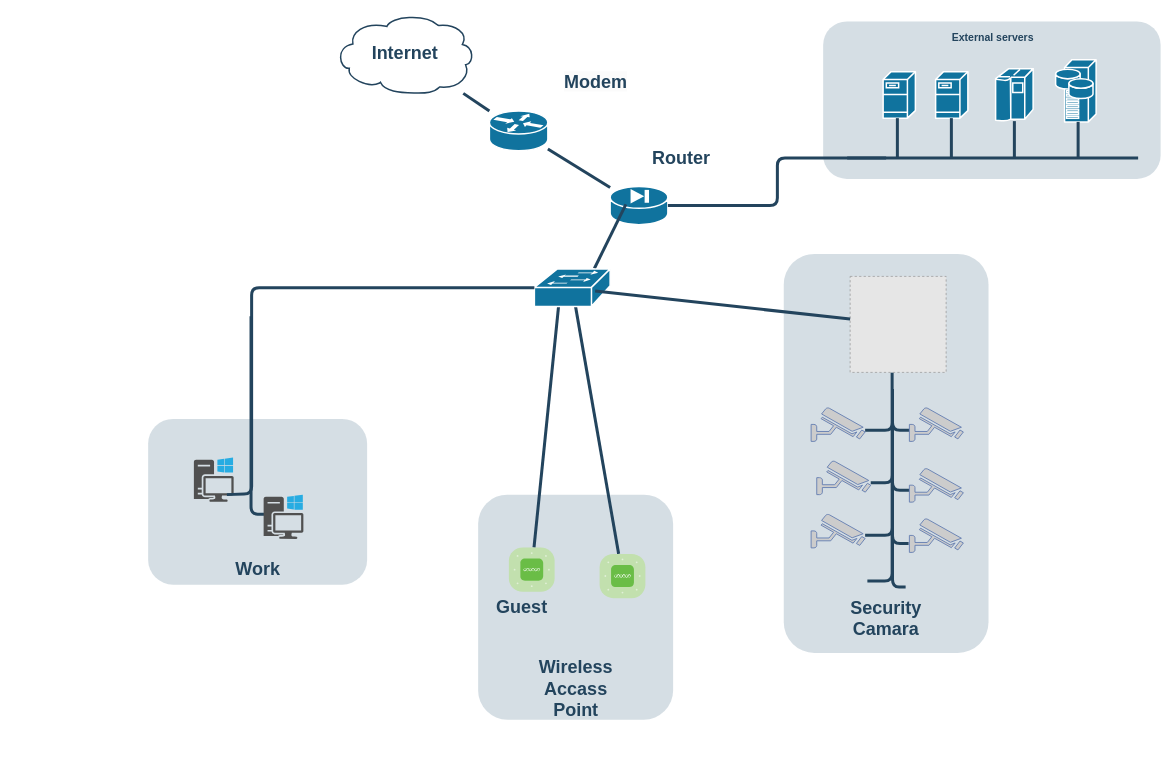
0002itz/pruevas-registro-de-seguridad keeps this draw.io diagram as Diaagrama_SDM.drawio. Above is the earlier version. Source tidied: cells renumbered, new cells numbered last; positions are measured from the earlier drawing's top-left corner, leaving out a move shared by most shapes. Both pictures are drawn from the tidied source at 75%, with x=0, y=0 at pixel (148, 14). Pictures stored in the file or linked from it are replaced by grey dashed boxes.
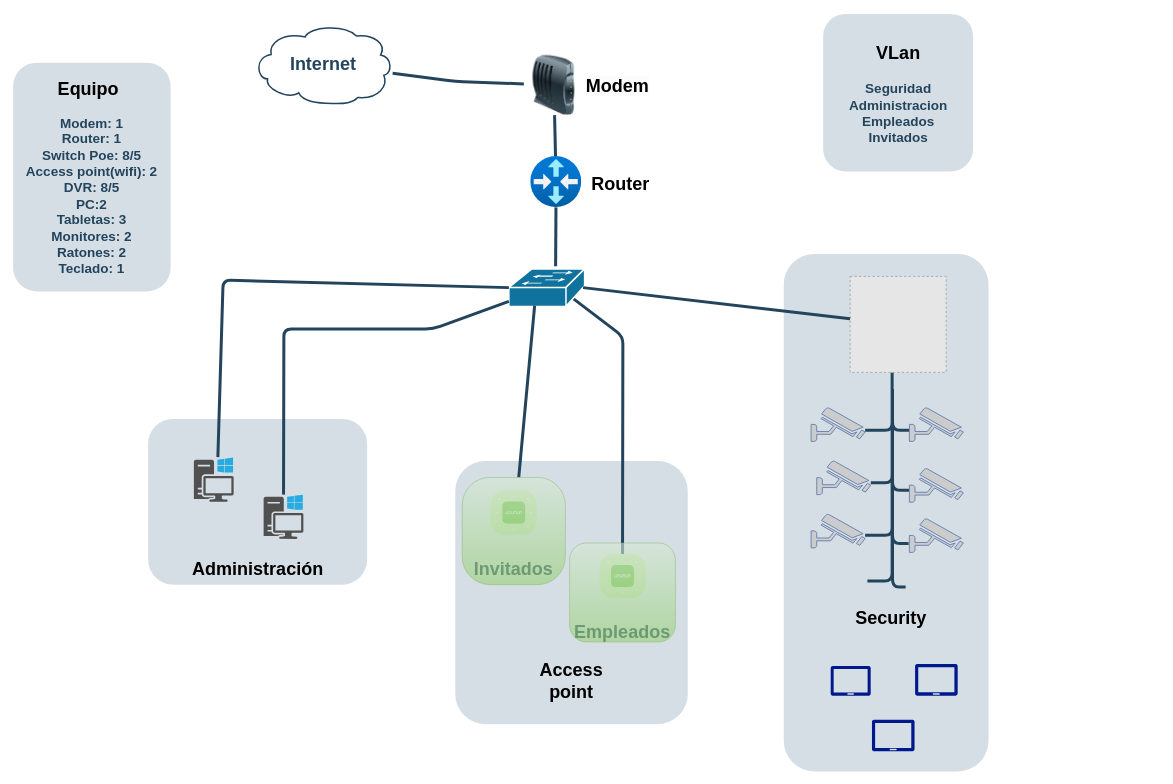
The same diagram, later.

The change refers to these unchanged cells:
```xml
<mxCell id="39" style="verticalLabelPosition=bottom;sketch=0;html=1;fillColor=#6ABD46;strokeColor=#ffffff;verticalAlign=top;align=center;points=[[0.085,0.085,0],[0.915,0.085,0],[0.915,0.915,0],[0.085,0.915,0],[0.25,0,0],[0.5,0,0],[0.75,0,0],[1,0.25,0],[1,0.5,0],[1,0.75,0],[0.75,1,0],[0.5,1,0],[0.25,1,0],[0,0.75,0],[0,0.5,0],[0,0.25,0]];shape=mxgraph.cisco_safe.compositeIcon;bgIcon=mxgraph.cisco_safe.architecture.generic_appliance;resIcon=mxgraph.cisco_safe.architecture.wireless_access_point;" parent="1" vertex="1">
  <mxGeometry x="602" y="720" width="61" height="59" as="geometry" />
</mxCell>
<mxCell id="51" style="sketch=0;shadow=0;dashed=0;html=1;strokeColor=none;fillColor=#505050;labelPosition=center;verticalLabelPosition=bottom;verticalAlign=top;outlineConnect=0;align=center;shape=mxgraph.office.devices.workstation_pc;" parent="1" vertex="1">
  <mxGeometry x="154" y="641" width="53" height="59" as="geometry" />
</mxCell>
<mxCell id="52" style="fillColor=#E6E6E6;strokeColor=#999999;dashed=1;html=1;verticalAlign=top;verticalLabelPosition=bottom;labelBackgroundColor=#ffffff;" parent="1" vertex="1">
  <mxGeometry x="936" y="350" width="128" height="128" as="geometry" />
</mxCell>
```

Diff of the diagram source:
```diff
@@
     <mxCell id="2" style="rounded=1;whiteSpace=wrap;html=1;strokeColor=none;fillColor=#BAC8D3;fontSize=24;fontColor=#23445D;align=center;opacity=60;" parent="1" vertex="1">
-      <mxGeometry x="847.5" y="320" width="273" height="532" as="geometry" />
+      <mxGeometry x="847.5" y="320" width="273" height="690" as="geometry" />
     </mxCell>
-    <mxCell id="3" style="rounded=1;whiteSpace=wrap;html=1;strokeColor=none;fillColor=#BAC8D3;fontSize=24;fontColor=#23445D;align=center;opacity=60;" parent="1" vertex="1">
-      <mxGeometry x="440" y="641" width="260" height="300" as="geometry" />
+    <mxCell id="3" style="rounded=1;whiteSpace=wrap;html=1;strokeColor=none;fillColor=#BAC8D3;fontSize=24;fontColor=#23445D;align=center;opacity=60;arcSize=13;" parent="1" vertex="1">
+      <mxGeometry x="409.5" y="596" width="310" height="351" as="geometry" />
     </mxCell>
@@
     <mxCell id="5" style="rounded=1;whiteSpace=wrap;html=1;strokeColor=none;fillColor=#BAC8D3;fontSize=24;fontColor=#23445D;align=center;opacity=60;" parent="1" vertex="1">
-      <mxGeometry x="900" y="10" width="450" height="210" as="geometry" />
+      <mxGeometry x="900" width="200" height="210" as="geometry" />
     </mxCell>
-    <mxCell id="6" style="shape=mxgraph.cisco.servers.fileserver;html=1;dashed=0;fillColor=#10739E;strokeColor=#ffffff;strokeWidth=2;verticalLabelPosition=bottom;verticalAlign=top;fontFamily=Helvetica;fontSize=36;fontColor=#FFB366;" parent="1" vertex="1">
-      <mxGeometry x="980" y="77" width="43" height="62" as="geometry" />
-    </mxCell>
-    <mxCell id="7" style="shape=mxgraph.cisco.servers.fileserver;html=1;dashed=0;fillColor=#10739E;strokeColor=#ffffff;strokeWidth=2;verticalLabelPosition=bottom;verticalAlign=top;fontFamily=Helvetica;fontSize=36;fontColor=#FFB366;" parent="1" vertex="1">
-      <mxGeometry x="1050" y="77" width="43" height="62" as="geometry" />
-    </mxCell>
-    <mxCell id="8" style="shape=mxgraph.cisco.computers_and_peripherals.ibm_mainframe;html=1;dashed=0;fillColor=#10739E;strokeColor=#ffffff;strokeWidth=2;verticalLabelPosition=bottom;verticalAlign=top;fontFamily=Helvetica;fontSize=36;fontColor=#FFB366;" parent="1" vertex="1">
-      <mxGeometry x="1130" y="73" width="50" height="70" as="geometry" />
-    </mxCell>
-    <mxCell id="9" style="shape=mxgraph.cisco.servers.storage_server;html=1;dashed=0;fillColor=#10739E;strokeColor=#ffffff;strokeWidth=2;verticalLabelPosition=bottom;verticalAlign=top;fontFamily=Helvetica;fontSize=36;fontColor=#FFB366;" parent="1" vertex="1">
-      <mxGeometry x="1210" y="61" width="54" height="83" as="geometry" />
-    </mxCell>
-    <mxCell id="10" style="shape=mxgraph.cisco.security.pix_firewall;html=1;dashed=0;fillColor=#10739E;strokeColor=#ffffff;strokeWidth=2;verticalLabelPosition=bottom;verticalAlign=top;fontFamily=Helvetica;fontSize=36;fontColor=#FFB366;" parent="1" vertex="1">
-      <mxGeometry x="616" y="230" width="77" height="51" as="geometry" />
-    </mxCell>
     <mxCell id="11" value="Internet" style="shape=mxgraph.cisco.storage.cloud;html=1;dashed=0;strokeColor=#23445D;fillColor=#ffffff;strokeWidth=2;fontFamily=Helvetica;fontSize=24;fontColor=#23445D;align=center;fontStyle=1;" parent="1" vertex="1">
-      <mxGeometry x="249" width="186" height="106" as="geometry" />
+      <mxGeometry x="140" y="14" width="186" height="106" as="geometry" />
     </mxCell>
-    <mxCell id="12" style="shape=mxgraph.cisco.routers.router;html=1;dashed=0;fillColor=#10739E;strokeColor=#ffffff;strokeWidth=2;verticalLabelPosition=bottom;verticalAlign=top;fontFamily=Helvetica;fontSize=36;fontColor=#FFB366;" parent="1" vertex="1">
-      <mxGeometry x="455" y="129.5" width="78" height="53" as="geometry" />
-    </mxCell>
-    <mxCell id="13" style="line;html=1;strokeColor=#23445D;" parent="1" vertex="1">
-      <mxGeometry x="932" y="187" width="388" height="10" as="geometry" />
-    </mxCell>
-    <mxCell id="14" style="edgeStyle=elbowEdgeStyle;elbow=horizontal;endArrow=none;html=1;strokeColor=#23445D;endFill=0;strokeWidth=4;rounded=1;" parent="1" edge="1" source="6">
-      <mxGeometry relative="1" as="geometry">
-        <mxPoint x="999.3" y="192.1" as="targetPoint" />
-      </mxGeometry>
-    </mxCell>
-    <mxCell id="15" style="edgeStyle=elbowEdgeStyle;elbow=horizontal;endArrow=none;html=1;strokeColor=#23445D;endFill=0;strokeWidth=4;rounded=1;" parent="1" edge="1" source="7">
-      <mxGeometry relative="1" as="geometry">
-        <mxPoint x="1071.3" y="192.1" as="targetPoint" />
-      </mxGeometry>
-    </mxCell>
-    <mxCell id="16" style="edgeStyle=elbowEdgeStyle;elbow=horizontal;endArrow=none;html=1;strokeColor=#23445D;endFill=0;strokeWidth=4;rounded=1;" parent="1" edge="1" source="8">
-      <mxGeometry relative="1" as="geometry">
-        <mxPoint x="1155.3" y="192.1" as="targetPoint" />
-      </mxGeometry>
-    </mxCell>
-    <mxCell id="17" style="edgeStyle=elbowEdgeStyle;elbow=horizontal;endArrow=none;html=1;strokeColor=#23445D;endFill=0;strokeWidth=4;rounded=1;" parent="1" edge="1" source="9">
-      <mxGeometry relative="1" as="geometry">
-        <mxPoint x="1240.3" y="192.1" as="targetPoint" />
-      </mxGeometry>
-    </mxCell>
-    <mxCell id="18" style="edgeStyle=elbowEdgeStyle;elbow=horizontal;endArrow=none;html=1;strokeColor=#23445D;endFill=0;strokeWidth=4;rounded=1;" parent="1" edge="1" target="10">
-      <mxGeometry relative="1" as="geometry">
-        <mxPoint x="984" y="192" as="sourcePoint" />
-      </mxGeometry>
-    </mxCell>
-    <mxCell id="19" style="elbow=horizontal;endArrow=none;html=1;strokeColor=#23445D;endFill=0;strokeWidth=4;rounded=1;" parent="1" edge="1" source="10" target="12">
+    <mxCell id="19" style="elbow=horizontal;endArrow=none;html=1;strokeColor=#23445D;endFill=0;strokeWidth=4;rounded=1;" parent="1" edge="1" source="56" target="55">
       <mxGeometry relative="1" as="geometry" />
     </mxCell>
-    <mxCell id="20" style="rounded=1;html=1;strokeColor=#23445D;endArrow=none;endFill=0;strokeWidth=4;" parent="1" edge="1" source="41" target="39">
-      <mxGeometry relative="1" as="geometry" />
+    <mxCell id="20" style="rounded=1;html=1;strokeColor=#23445D;endArrow=none;endFill=0;strokeWidth=4;exitX=0.789;exitY=0.7;exitDx=0;exitDy=0;exitPerimeter=0;" parent="1" edge="1" source="41" target="39">
+      <mxGeometry relative="1" as="geometry">
+        <Array as="points">
+          <mxPoint x="633" y="430" />
+        </Array>
+      </mxGeometry>
     </mxCell>
-    <mxCell id="21" style="rounded=1;html=1;strokeColor=#23445D;endArrow=none;endFill=0;strokeWidth=4;exitX=0.352;exitY=0.35;exitDx=0;exitDy=0;exitPerimeter=0;" parent="1" edge="1" source="41" target="38">
-      <mxGeometry relative="1" as="geometry" />
-    </mxCell>
@@
-    <mxCell id="28" value="&lt;font color=&quot;#23445d&quot;&gt;External servers&lt;/font&gt;" style="rounded=1;whiteSpace=wrap;html=1;strokeColor=none;fillColor=none;fontSize=14;fontColor=#742B21;align=center;fontStyle=1;" parent="1" vertex="1">
-      <mxGeometry x="1055" y="22" width="143" height="19" as="geometry" />
+    <mxCell id="28" value="&lt;font style=&quot;font-size: 18px;&quot; color=&quot;#23445d&quot;&gt;Seguridad&lt;br&gt;Administracion&lt;br&gt;Empleados&lt;br&gt;Invitados&lt;br&gt;&lt;/font&gt;" style="rounded=1;whiteSpace=wrap;html=1;strokeColor=none;fillColor=none;fontSize=14;fontColor=#742B21;align=center;fontStyle=1;strokeWidth=14;" parent="1" vertex="1">
+      <mxGeometry x="952.5" y="110" width="95" height="45" as="geometry" />
     </mxCell>
-    <mxCell id="29" value="Security Camara" style="rounded=1;whiteSpace=wrap;html=1;strokeColor=none;fillColor=none;fontSize=24;fontColor=#23445D;align=center;fontStyle=1;" parent="1" vertex="1">
-      <mxGeometry x="936" y="796" width="96" height="19" as="geometry" />
+    <mxCell id="29" value="&lt;font color=&quot;#000000&quot;&gt;Security&amp;nbsp;&lt;/font&gt;" style="rounded=1;whiteSpace=wrap;html=1;strokeColor=none;fillColor=none;fontSize=24;fontColor=#23445D;align=center;fontStyle=1;" parent="1" vertex="1">
+      <mxGeometry x="945.5" y="796" width="96" height="19" as="geometry" />
     </mxCell>
-    <mxCell id="30" value="&lt;font style=&quot;font-size: 24px;&quot; color=&quot;#23445d&quot;&gt;Wireless Accass Point&lt;/font&gt;" style="rounded=1;whiteSpace=wrap;html=1;strokeColor=none;fillColor=none;fontSize=14;fontColor=#742B21;align=center;fontStyle=1;" parent="1" vertex="1">
-      <mxGeometry x="515.5" y="890" width="109" height="19" as="geometry" />
+    <mxCell id="30" value="&lt;font style=&quot;font-size: 24px;&quot; color=&quot;#000000&quot;&gt;Access point&lt;/font&gt;" style="rounded=1;whiteSpace=wrap;html=1;strokeColor=none;fillColor=none;fontSize=14;fontColor=#742B21;align=center;fontStyle=1;" parent="1" vertex="1">
+      <mxGeometry x="510" y="879.7" width="109" height="19" as="geometry" />
     </mxCell>
-    <mxCell id="31" value="Work" style="rounded=1;whiteSpace=wrap;html=1;strokeColor=none;fillColor=none;fontSize=24;fontColor=#23445D;align=center;fontStyle=1;" parent="1" vertex="1">
+    <mxCell id="31" value="&lt;font color=&quot;#000000&quot;&gt;Administración&lt;/font&gt;" style="rounded=1;whiteSpace=wrap;html=1;strokeColor=none;fillColor=none;fontSize=24;fontColor=#23445D;align=center;fontStyle=1;" parent="1" vertex="1">
       <mxGeometry x="99.5" y="721.5" width="93" height="39" as="geometry" />
     </mxCell>
@@
-    <mxCell id="35" style="elbow=horizontal;endArrow=none;html=1;strokeColor=#23445D;endFill=0;strokeWidth=4;rounded=1;" parent="1" edge="1" source="12" target="11">
-      <mxGeometry relative="1" as="geometry" />
+    <mxCell id="35" style="elbow=horizontal;endArrow=none;html=1;strokeColor=#23445D;endFill=0;strokeWidth=4;rounded=1;" parent="1" edge="1" source="55" target="11">
+      <mxGeometry relative="1" as="geometry">
+        <Array as="points">
+          <mxPoint x="410" y="90" />
+        </Array>
+      </mxGeometry>
     </mxCell>
-    <mxCell id="36" value="Router" style="rounded=1;whiteSpace=wrap;html=1;strokeColor=none;fillColor=none;fontSize=24;fontColor=#23445D;align=center;fontStyle=1;" parent="1" vertex="1">
-      <mxGeometry x="663" y="182.5" width="96" height="19" as="geometry" />
+    <mxCell id="36" value="&lt;font color=&quot;#000000&quot;&gt;Router&lt;/font&gt;" style="rounded=1;whiteSpace=wrap;html=1;strokeColor=none;fillColor=none;fontSize=24;fontColor=#23445D;align=center;fontStyle=1;" parent="1" vertex="1">
+      <mxGeometry x="582" y="217" width="96" height="19" as="geometry" />
     </mxCell>
-    <mxCell id="37" value="&lt;span style=&quot;color: rgb(35, 68, 93); font-family: Helvetica; font-size: 24px; font-style: normal; font-variant-ligatures: normal; font-variant-caps: normal; font-weight: 700; letter-spacing: normal; orphans: 2; text-align: center; text-indent: 0px; text-transform: none; widows: 2; word-spacing: 0px; -webkit-text-stroke-width: 0px; background-color: rgb(251, 251, 251); text-decoration-thickness: initial; text-decoration-style: initial; text-decoration-color: initial; float: none; display: inline !important;&quot;&gt;Modem&lt;/span&gt;" style="text;whiteSpace=wrap;html=1;" parent="1" vertex="1">
-      <mxGeometry x="553" y="70" width="110" height="50" as="geometry" />
+    <mxCell id="37" value="&lt;span style=&quot;font-family: Helvetica; font-size: 24px; font-style: normal; font-variant-ligatures: normal; font-variant-caps: normal; font-weight: 700; letter-spacing: normal; orphans: 2; text-align: center; text-indent: 0px; text-transform: none; widows: 2; word-spacing: 0px; -webkit-text-stroke-width: 0px; background-color: rgb(251, 251, 251); text-decoration-thickness: initial; text-decoration-style: initial; text-decoration-color: initial; float: none; display: inline !important;&quot;&gt;Modem&lt;/span&gt;" style="text;whiteSpace=wrap;html=1;" parent="1" vertex="1">
+      <mxGeometry x="582" y="75.5" width="110" height="50" as="geometry" />
     </mxCell>
     <mxCell id="38" style="verticalLabelPosition=bottom;sketch=0;html=1;fillColor=#6ABD46;strokeColor=#ffffff;verticalAlign=top;align=center;points=[[0.085,0.085,0],[0.915,0.085,0],[0.915,0.915,0],[0.085,0.915,0],[0.25,0,0],[0.5,0,0],[0.75,0,0],[1,0.25,0],[1,0.5,0],[1,0.75,0],[0.75,1,0],[0.5,1,0],[0.25,1,0],[0,0.75,0],[0,0.5,0],[0,0.25,0]];shape=mxgraph.cisco_safe.compositeIcon;bgIcon=mxgraph.cisco_safe.architecture.generic_appliance;resIcon=mxgraph.cisco_safe.architecture.wireless_access_point;" parent="1" vertex="1">
-      <mxGeometry x="481" y="711.5" width="61" height="59" as="geometry" />
+      <mxGeometry x="457" y="635.5" width="61" height="59" as="geometry" />
     </mxCell>
@@
-    <mxCell id="40" style="elbow=horizontal;endArrow=none;html=1;strokeColor=#23445D;endFill=0;strokeWidth=4;rounded=1;entryX=0.792;entryY=-0.01;entryDx=0;entryDy=0;entryPerimeter=0;exitX=0.273;exitY=0.471;exitDx=0;exitDy=0;exitPerimeter=0;" parent="1" edge="1" source="10" target="41">
+    <mxCell id="40" style="elbow=horizontal;endArrow=none;html=1;strokeColor=#23445D;endFill=0;strokeWidth=4;rounded=1;entryX=0.617;entryY=-0.073;entryDx=0;entryDy=0;entryPerimeter=0;" parent="1" edge="1" source="56" target="41">
       <mxGeometry relative="1" as="geometry" />
     </mxCell>
     <mxCell id="41" style="shape=mxgraph.cisco.switches.workgroup_switch;html=1;dashed=0;fillColor=#10739E;strokeColor=#ffffff;strokeWidth=2;verticalLabelPosition=bottom;verticalAlign=top;fontFamily=Helvetica;fontSize=36;fontColor=#FFB366;" parent="1" vertex="1">
-      <mxGeometry x="515" y="340" width="101" height="50" as="geometry" />
+      <mxGeometry x="481" y="340" width="101" height="50" as="geometry" />
     </mxCell>
@@
-    <mxCell id="49" style="edgeStyle=orthogonalEdgeStyle;rounded=1;html=1;endArrow=none;endFill=0;strokeColor=#23445D;strokeWidth=4;fontSize=14;fontColor=#990000;" parent="1" edge="1" source="41">
-      <mxGeometry relative="1" as="geometry">
-        <mxPoint x="105" y="641" as="targetPoint" />
-        <Array as="points">
-          <mxPoint x="138" y="365" />
-          <mxPoint x="138" y="640" />
-        </Array>
-      </mxGeometry>
-    </mxCell>
-    <mxCell id="50" style="edgeStyle=orthogonalEdgeStyle;rounded=1;html=1;endArrow=none;endFill=0;strokeColor=#23445D;strokeWidth=4;fontSize=14;fontColor=#990000;" parent="1" edge="1">
-      <mxGeometry relative="1" as="geometry">
-        <mxPoint x="137.2" y="403" as="sourcePoint" />
-        <mxPoint x="154.8" y="667" as="targetPoint" />
-        <Array as="points">
-          <mxPoint x="136.8" y="667" />
-        </Array>
-      </mxGeometry>
-    </mxCell>
@@
-    <mxCell id="53" style="rounded=1;html=1;strokeColor=#23445D;endArrow=none;endFill=0;strokeWidth=4;exitX=0.802;exitY=0.59;exitDx=0;exitDy=0;exitPerimeter=0;" parent="1" edge="1" source="41" target="52">
+    <mxCell id="53" style="rounded=1;html=1;strokeColor=#23445D;endArrow=none;endFill=0;strokeWidth=4;exitX=0.98;exitY=0.5;exitDx=0;exitDy=0;exitPerimeter=0;" parent="1" edge="1" source="41" target="52">
       <mxGeometry relative="1" as="geometry" />
     </mxCell>
-    <mxCell id="54" value="&lt;font style=&quot;font-size: 24px;&quot; color=&quot;#23445d&quot;&gt;Guest&lt;/font&gt;" style="rounded=1;whiteSpace=wrap;html=1;strokeColor=none;fillColor=none;fontSize=14;fontColor=#742B21;align=center;fontStyle=1;" parent="1" vertex="1">
-      <mxGeometry x="444" y="781.5" width="109" height="19" as="geometry" />
+    <mxCell id="54" value="&lt;span style=&quot;font-size: 24px;&quot;&gt;&lt;font color=&quot;#23445d&quot;&gt;Invitados&lt;/font&gt;&lt;/span&gt;" style="rounded=1;whiteSpace=wrap;html=1;strokeColor=none;fillColor=none;fontSize=14;fontColor=#742B21;align=center;fontStyle=1;" parent="1" vertex="1">
+      <mxGeometry x="433" y="731.5" width="109" height="19" as="geometry" />
     </mxCell>
+    <mxCell id="55" style="image;html=1;image=img/lib/clip_art/networking/Modem_128x128.png;" parent="1" vertex="1">
+      <mxGeometry x="501" y="55" width="80" height="80" as="geometry" />
+    </mxCell>
+    <mxCell id="56" style="image;html=1;points=[];align=center;fontSize=12;image=img/lib/azure2/networking/Virtual_Router.svg;" parent="1" vertex="1">
+      <mxGeometry x="510" y="190" width="68" height="68" as="geometry" />
+    </mxCell>
+    <mxCell id="57" value="&lt;span style=&quot;font-size: 24px;&quot;&gt;&lt;font color=&quot;#23445d&quot;&gt;Empleados&lt;/font&gt;&lt;br&gt;&lt;/span&gt;" style="rounded=1;whiteSpace=wrap;html=1;strokeColor=none;fillColor=none;fontSize=14;fontColor=#742B21;align=center;fontStyle=1;" parent="1" vertex="1">
+      <mxGeometry x="578" y="815" width="109" height="19" as="geometry" />
+    </mxCell>
+    <mxCell id="58" value="&lt;span style=&quot;font-size: 24px;&quot;&gt;&lt;font color=&quot;#000000&quot;&gt;VLan&lt;/font&gt;&lt;/span&gt;" style="rounded=1;whiteSpace=wrap;html=1;strokeColor=none;fillColor=none;fontSize=14;fontColor=#742B21;align=center;fontStyle=1;" parent="1" vertex="1">
+      <mxGeometry x="945.5" y="43.5" width="109" height="19" as="geometry" />
+    </mxCell>
+    <mxCell id="59" style="rounded=1;whiteSpace=wrap;html=1;strokeColor=none;fillColor=#BAC8D3;fontSize=24;fontColor=#23445D;align=center;opacity=60;" parent="1" vertex="1">
+      <mxGeometry x="-180" y="65" width="210" height="305" as="geometry" />
+    </mxCell>
+    <mxCell id="60" value="&lt;font color=&quot;#000000&quot;&gt;Equipo&lt;/font&gt;" style="rounded=1;whiteSpace=wrap;html=1;strokeColor=none;fillColor=none;fontSize=24;fontColor=#23445D;align=center;fontStyle=1;" parent="1" vertex="1">
+      <mxGeometry x="-126.5" y="81" width="93" height="39" as="geometry" />
+    </mxCell>
+    <mxCell id="61" style="sketch=0;shadow=0;dashed=0;html=1;strokeColor=none;labelPosition=center;verticalLabelPosition=bottom;verticalAlign=top;align=center;fillColor=#00188D;shape=mxgraph.azure.tablet;" parent="1" vertex="1">
+      <mxGeometry x="1022.5" y="866.8" width="57" height="42.2" as="geometry" />
+    </mxCell>
+    <mxCell id="62" style="sketch=0;shadow=0;dashed=0;html=1;strokeColor=none;labelPosition=center;verticalLabelPosition=bottom;verticalAlign=top;align=center;fillColor=#00188D;shape=mxgraph.azure.tablet;" parent="1" vertex="1">
+      <mxGeometry x="910" y="869.4" width="53.5" height="39.6" as="geometry" />
+    </mxCell>
+    <mxCell id="63" style="sketch=0;shadow=0;dashed=0;html=1;strokeColor=none;labelPosition=center;verticalLabelPosition=bottom;verticalAlign=top;align=center;fillColor=#00188D;shape=mxgraph.azure.tablet;" parent="1" vertex="1">
+      <mxGeometry x="965" y="941" width="57" height="42.2" as="geometry" />
+    </mxCell>
+    <mxCell id="64" style="rounded=1;html=1;strokeColor=#23445D;endArrow=none;endFill=0;strokeWidth=4;" parent="1" edge="1" source="41" target="51">
+      <mxGeometry relative="1" as="geometry">
+        <Array as="points">
+          <mxPoint x="380" y="420" />
+          <mxPoint x="181" y="420" />
+        </Array>
+      </mxGeometry>
+    </mxCell>
+    <mxCell id="65" style="rounded=1;html=1;strokeColor=#23445D;endArrow=none;endFill=0;strokeWidth=4;exitX=0;exitY=0.5;exitDx=0;exitDy=0;exitPerimeter=0;" parent="1" edge="1" source="41">
+      <mxGeometry relative="1" as="geometry">
+        <mxPoint x="93" y="591" as="targetPoint" />
+        <Array as="points">
+          <mxPoint x="100" y="355" />
+        </Array>
+      </mxGeometry>
+    </mxCell>
+    <mxCell id="66" style="rounded=1;whiteSpace=wrap;html=1;strokeColor=#82b366;fillColor=#d5e8d4;fontSize=24;align=center;opacity=60;arcSize=17;gradientColor=#97d077;" parent="1" vertex="1">
+      <mxGeometry x="562" y="705.5" width="141" height="132" as="geometry" />
+    </mxCell>
+    <mxCell id="67" style="rounded=1;html=1;strokeColor=#23445D;endArrow=none;endFill=0;strokeWidth=4;exitX=0.34;exitY=0.98;exitDx=0;exitDy=0;exitPerimeter=0;" parent="1" edge="1" source="41" target="68">
+      <mxGeometry relative="1" as="geometry" />
+    </mxCell>
+    <mxCell id="68" style="rounded=1;whiteSpace=wrap;html=1;fontSize=24;align=center;opacity=60;arcSize=27;fillColor=#d5e8d4;strokeColor=#82b366;gradientColor=#97d077;" parent="1" vertex="1">
+      <mxGeometry x="418.8" y="618" width="137.5" height="143" as="geometry" />
+    </mxCell>
+    <mxCell id="69" value="&lt;font style=&quot;font-size: 18px;&quot; color=&quot;#23445d&quot;&gt;Modem: 1&lt;br&gt;Router: 1&lt;br&gt;Switch Poe: 8/5&lt;br&gt;Access point(wifi): 2&lt;br&gt;DVR: 8/5&lt;br&gt;PC:2&lt;br&gt;Tabletas: 3&lt;br&gt;Monitores: 2&lt;br&gt;Ratones: 2&lt;br&gt;Teclado: 1&lt;br&gt;&lt;/font&gt;" style="rounded=1;whiteSpace=wrap;html=1;strokeColor=none;fillColor=none;fontSize=14;fontColor=#742B21;align=center;fontStyle=1;strokeWidth=14;" parent="1" vertex="1">
+      <mxGeometry x="-175" y="220" width="200" height="45" as="geometry" />
+    </mxCell>
+    <mxCell id="70" style="edgeStyle=orthogonalEdgeStyle;rounded=0;orthogonalLoop=1;jettySize=auto;html=1;exitX=0.5;exitY=1;exitDx=0;exitDy=0;" parent="1" edge="1" source="69" target="69">
+      <mxGeometry relative="1" as="geometry" />
+    </mxCell>
```
